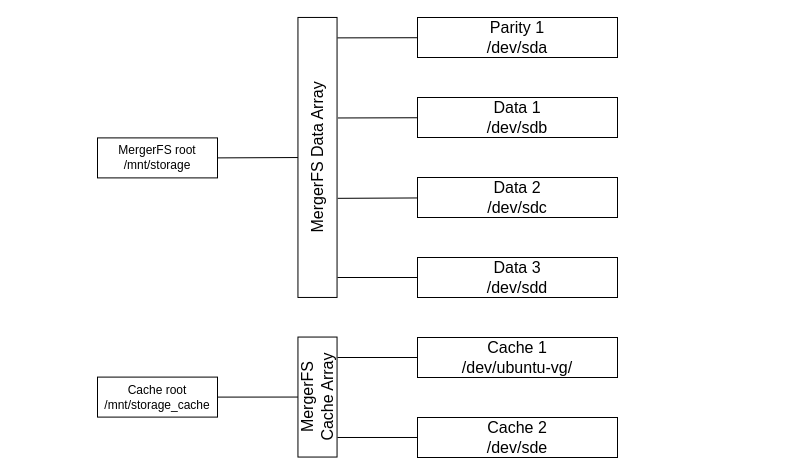
The draw.io diagram storage.drawio in quantumfate/quantumhome, before the edit. Source tidied: cells renumbered, new cells numbered last; positions are measured from the earlier drawing's top-left corner, leaving out a move shared by most shapes. Both pictures are drawn from the tidied source at 100%, with x=0, y=0 at pixel (97, 17).
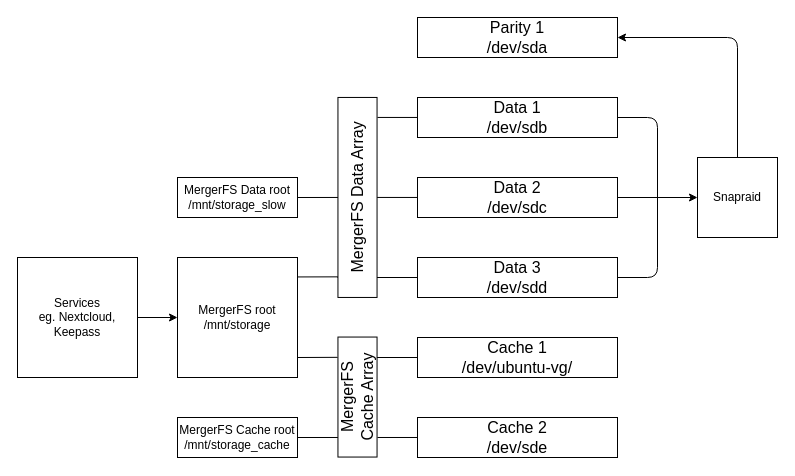
Above is the later version.

Commit message (it also covers changes not shown here):
Finished mounting drives and snapraid is set up

Unchanged cells that the change refers to:
```xml
<mxCell id="3" value="&lt;font style=&quot;font-size: 16px&quot;&gt;Parity 1&lt;br&gt;/dev/sda&lt;br&gt;&lt;/font&gt;" style="rounded=0;whiteSpace=wrap;html=1;" parent="1" vertex="1">
  <mxGeometry x="320" width="200" height="40" as="geometry" />
</mxCell>
<mxCell id="5" value="&lt;font style=&quot;font-size: 16px&quot;&gt;Data 1&lt;br&gt;/dev/sdb&lt;br&gt;&lt;/font&gt;" style="rounded=0;whiteSpace=wrap;html=1;" parent="1" vertex="1">
  <mxGeometry x="320" y="80" width="200" height="40" as="geometry" />
</mxCell>
<mxCell id="7" value="&lt;font style=&quot;font-size: 16px&quot;&gt;Data 2&lt;br&gt;/dev/sdc&lt;br&gt;&lt;/font&gt;" style="rounded=0;whiteSpace=wrap;html=1;" parent="1" vertex="1">
  <mxGeometry x="320" y="160" width="200" height="40" as="geometry" />
</mxCell>
<mxCell id="9" value="&lt;font style=&quot;font-size: 16px&quot;&gt;Data 3&lt;br&gt;/dev/sdd&lt;br&gt;&lt;/font&gt;" style="rounded=0;whiteSpace=wrap;html=1;" parent="1" vertex="1">
  <mxGeometry x="320" y="240" width="200" height="40" as="geometry" />
</mxCell>
```

Change to the diagram source:
```diff
@@
-    <mxCell id="2" style="edgeStyle=none;html=1;entryX=0.927;entryY=1.009;entryDx=0;entryDy=0;entryPerimeter=0;fontSize=16;endArrow=none;endFill=0;" parent="1" edge="1" source="3" target="11">
-      <mxGeometry relative="1" as="geometry" />
-    </mxCell>
@@
-    <mxCell id="4" style="edgeStyle=none;html=1;entryX=0.641;entryY=1.023;entryDx=0;entryDy=0;entryPerimeter=0;fontSize=16;endArrow=none;endFill=0;" parent="1" edge="1" source="5" target="11">
+    <mxCell id="4" style="edgeStyle=none;html=1;fontSize=16;endArrow=none;endFill=0;entryX=0.9;entryY=1.011;entryDx=0;entryDy=0;entryPerimeter=0;" parent="1" edge="1" source="5" target="11">
       <mxGeometry relative="1" as="geometry" />
     </mxCell>
+    <mxCell id="20" style="edgeStyle=none;html=1;endArrow=none;endFill=0;" parent="1" edge="1" source="5">
+      <mxGeometry relative="1" as="geometry">
+        <mxPoint x="560" y="180" as="targetPoint" />
+        <Array as="points">
+          <mxPoint x="560" y="100" />
+        </Array>
+      </mxGeometry>
+    </mxCell>
@@
-    <mxCell id="6" style="edgeStyle=none;html=1;fontSize=16;endArrow=none;endFill=0;entryX=0.354;entryY=1.018;entryDx=0;entryDy=0;entryPerimeter=0;" parent="1" edge="1" source="7" target="11">
+    <mxCell id="6" style="edgeStyle=none;html=1;fontSize=16;endArrow=none;endFill=0;entryX=0.5;entryY=1;entryDx=0;entryDy=0;" parent="1" edge="1" source="7" target="11">
       <mxGeometry relative="1" as="geometry" />
     </mxCell>
+    <mxCell id="21" style="edgeStyle=none;html=1;entryX=0;entryY=0.5;entryDx=0;entryDy=0;" parent="1" edge="1" source="7" target="29">
+      <mxGeometry relative="1" as="geometry" />
+    </mxCell>
@@
+    <mxCell id="22" style="edgeStyle=none;html=1;endArrow=none;endFill=0;" parent="1" edge="1" source="9">
+      <mxGeometry relative="1" as="geometry">
+        <mxPoint x="560" y="180" as="targetPoint" />
+        <Array as="points">
+          <mxPoint x="560" y="260" />
+        </Array>
+      </mxGeometry>
+    </mxCell>
@@
-    <mxCell id="10" style="edgeStyle=none;html=1;entryX=1;entryY=0.5;entryDx=0;entryDy=0;endArrow=none;endFill=0;" parent="1" edge="1" source="11" target="18">
+    <mxCell id="10" style="edgeStyle=none;html=1;entryX=1;entryY=0.5;entryDx=0;entryDy=0;endArrow=none;endFill=0;exitX=0.5;exitY=0.245;exitDx=0;exitDy=0;exitPerimeter=0;" parent="1" edge="1" source="11" target="18">
       <mxGeometry relative="1" as="geometry" />
     </mxCell>
+    <mxCell id="23" style="edgeStyle=none;html=1;entryX=1;entryY=0.162;entryDx=0;entryDy=0;endArrow=none;endFill=0;exitX=0.103;exitY=0.004;exitDx=0;exitDy=0;exitPerimeter=0;entryPerimeter=0;" parent="1" edge="1" source="11" target="25">
+      <mxGeometry relative="1" as="geometry" />
+    </mxCell>
     <mxCell id="11" value="MergerFS Data Array" style="rounded=0;whiteSpace=wrap;html=1;fontSize=16;rotation=-90;" parent="1" vertex="1">
-      <mxGeometry x="80" y="120.4" width="280" height="39.1" as="geometry" />
+      <mxGeometry x="160" y="160.4" width="200" height="39.1" as="geometry" />
     </mxCell>
@@
-    <mxCell id="16" style="edgeStyle=none;html=1;entryX=1;entryY=0.5;entryDx=0;entryDy=0;endArrow=none;endFill=0;" parent="1" edge="1" source="17" target="19">
+    <mxCell id="16" style="edgeStyle=none;html=1;entryX=1;entryY=0.5;entryDx=0;entryDy=0;endArrow=none;endFill=0;exitX=0.163;exitY=0;exitDx=0;exitDy=0;exitPerimeter=0;" parent="1" edge="1" source="17" target="19">
       <mxGeometry relative="1" as="geometry" />
     </mxCell>
+    <mxCell id="24" style="edgeStyle=none;html=1;endArrow=none;endFill=0;exitX=0.831;exitY=-0.021;exitDx=0;exitDy=0;exitPerimeter=0;" parent="1" edge="1" source="17">
+      <mxGeometry relative="1" as="geometry">
+        <mxPoint x="200" y="340" as="targetPoint" />
+      </mxGeometry>
+    </mxCell>
     <mxCell id="17" value="MergerFS Cache Array" style="rounded=0;whiteSpace=wrap;html=1;fontSize=16;rotation=-90;" parent="1" vertex="1">
-      <mxGeometry x="160" y="360" width="120" height="39.1" as="geometry" />
+      <mxGeometry x="200" y="360" width="120" height="39.1" as="geometry" />
     </mxCell>
-    <mxCell id="18" value="MergerFS root&lt;br&gt;/mnt/storage" style="rounded=0;whiteSpace=wrap;html=1;" parent="1" vertex="1">
-      <mxGeometry y="120.4" width="120" height="40" as="geometry" />
+    <mxCell id="18" value="MergerFS Data root&lt;br&gt;/mnt/storage_slow" style="rounded=0;whiteSpace=wrap;html=1;" parent="1" vertex="1">
+      <mxGeometry x="80" y="160" width="120" height="40" as="geometry" />
     </mxCell>
-    <mxCell id="19" value="Cache root&lt;br&gt;/mnt/storage_cache" style="rounded=0;whiteSpace=wrap;html=1;" parent="1" vertex="1">
-      <mxGeometry y="359.6" width="120" height="40" as="geometry" />
+    <mxCell id="19" value="MergerFS Cache root&lt;br&gt;/mnt/storage_cache" style="rounded=0;whiteSpace=wrap;html=1;" parent="1" vertex="1">
+      <mxGeometry x="80" y="400" width="120" height="40" as="geometry" />
     </mxCell>
+    <mxCell id="25" value="MergerFS root&lt;br&gt;/mnt/storage" style="rounded=0;whiteSpace=wrap;html=1;" parent="1" vertex="1">
+      <mxGeometry x="80" y="240" width="120" height="120" as="geometry" />
+    </mxCell>
+    <mxCell id="26" style="edgeStyle=none;html=1;entryX=0;entryY=0.5;entryDx=0;entryDy=0;" parent="1" edge="1" source="27" target="25">
+      <mxGeometry relative="1" as="geometry" />
+    </mxCell>
+    <mxCell id="27" value="Services&lt;br&gt;eg. Nextcloud, Keepass" style="rounded=0;whiteSpace=wrap;html=1;" parent="1" vertex="1">
+      <mxGeometry x="-80" y="240" width="120" height="120" as="geometry" />
+    </mxCell>
+    <mxCell id="28" style="edgeStyle=none;html=1;entryX=1;entryY=0.5;entryDx=0;entryDy=0;endArrow=classic;endFill=1;" parent="1" edge="1" source="29" target="3">
+      <mxGeometry relative="1" as="geometry">
+        <Array as="points">
+          <mxPoint x="640" y="20" />
+        </Array>
+      </mxGeometry>
+    </mxCell>
+    <mxCell id="29" value="Snapraid" style="rounded=0;whiteSpace=wrap;html=1;" parent="1" vertex="1">
+      <mxGeometry x="600" y="140" width="80" height="80" as="geometry" />
+    </mxCell>
```
